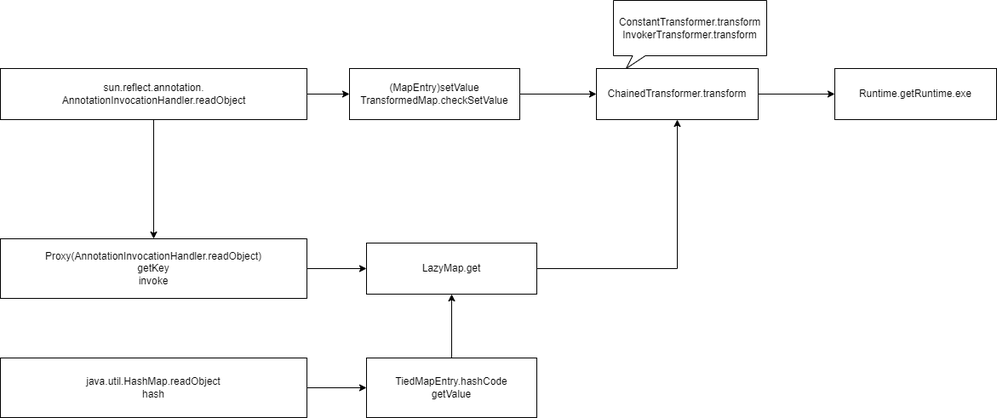
Above: CC链/CC link.drawio.png in hututu2/Java-Study (draw.io), before the change. Source tidied: cells renumbered, new cells last; positions are measured from the earlier drawing's top-left corner, leaving out a move shared by most shapes.
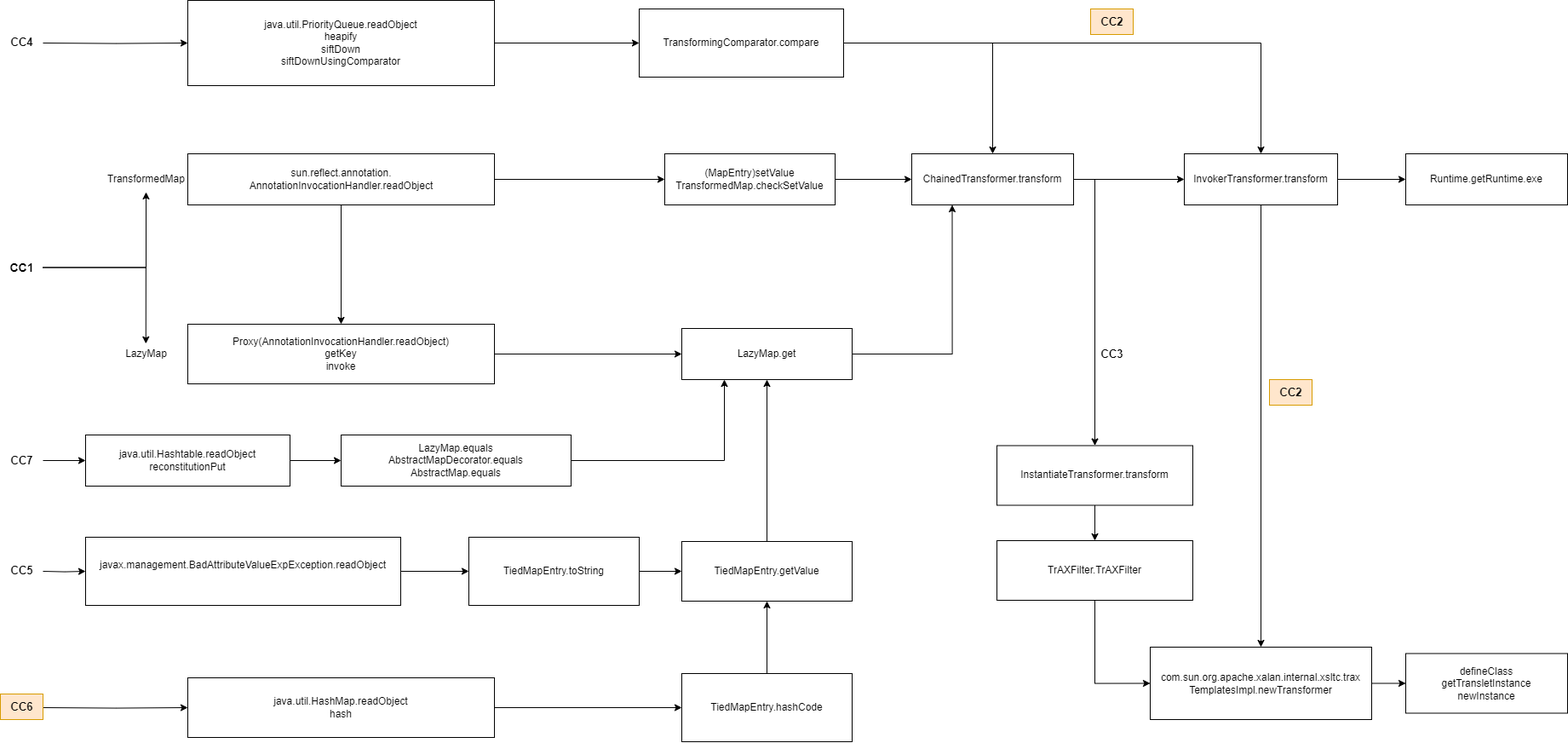
After the change.

The edit, as a diff of the source:
```diff
@@ -2,56 +2,185 @@
   <root>
     <mxCell id="0" />
     <mxCell id="1" parent="0" />
-    <mxCell id="2" value="Runtime.getRuntime.exe" style="rounded=0;whiteSpace=wrap;html=1;" parent="1" vertex="1">
-      <mxGeometry x="980" y="80" width="190" height="60" as="geometry" />
+    <mxCell id="2" value="Runtime.getRuntime.exe" style="rounded=0;whiteSpace=wrap;html=1;fontFamily=Helvetica;" parent="1" vertex="1">
+      <mxGeometry x="1600" y="80" width="190" height="60" as="geometry" />
     </mxCell>
-    <mxCell id="3" style="edgeStyle=orthogonalEdgeStyle;rounded=0;jettySize=auto;html=1;exitX=1;exitY=0.5;exitDx=0;exitDy=0;entryX=0;entryY=0.5;entryDx=0;entryDy=0;" parent="1" edge="1" source="4" target="2">
-      <mxGeometry relative="1" as="geometry" />
-    </mxCell>
+    <mxCell id="19" style="edgeStyle=orthogonalEdgeStyle;rounded=0;jettySize=auto;html=1;fontFamily=Helvetica;" parent="1" edge="1" source="4" target="44">
+      <mxGeometry relative="1" as="geometry" />
+    </mxCell>
+    <mxCell id="20" style="edgeStyle=orthogonalEdgeStyle;rounded=0;jettySize=auto;html=1;exitX=1;exitY=0.5;exitDx=0;exitDy=0;entryX=0.5;entryY=0;entryDx=0;entryDy=0;fontFamily=Helvetica;" parent="1" edge="1" source="4" target="46">
+      <mxGeometry relative="1" as="geometry" />
+    </mxCell>
-    <mxCell id="4" value="ChainedTransformer.transform" style="rounded=0;whiteSpace=wrap;html=1;" parent="1" vertex="1">
-      <mxGeometry x="700" y="80" width="190" height="60" as="geometry" />
+    <mxCell id="4" value="ChainedTransformer.transform" style="rounded=0;whiteSpace=wrap;html=1;fontFamily=Helvetica;" parent="1" vertex="1">
+      <mxGeometry x="1020" y="80" width="190" height="60" as="geometry" />
     </mxCell>
-    <mxCell id="5" style="edgeStyle=orthogonalEdgeStyle;rounded=0;jettySize=auto;html=1;exitX=1;exitY=0.5;exitDx=0;exitDy=0;entryX=0;entryY=0.5;entryDx=0;entryDy=0;" parent="1" edge="1" source="6" target="4">
+    <mxCell id="5" style="edgeStyle=orthogonalEdgeStyle;rounded=0;jettySize=auto;html=1;exitX=1;exitY=0.5;exitDx=0;exitDy=0;entryX=0;entryY=0.5;entryDx=0;entryDy=0;fontFamily=Helvetica;" parent="1" edge="1" source="6" target="4">
       <mxGeometry relative="1" as="geometry" />
     </mxCell>
-    <mxCell id="6" value="(MapEntry&lt;span style=&quot;background-color: initial;&quot;&gt;)setValue&lt;/span&gt;&lt;br&gt;TransformedMap.checkSetValue" style="rounded=0;whiteSpace=wrap;html=1;" parent="1" vertex="1">
-      <mxGeometry x="410" y="80" width="200" height="60" as="geometry" />
+    <mxCell id="6" value="(MapEntry&lt;span style=&quot;background-color: initial;&quot;&gt;)setValue&lt;/span&gt;&lt;br&gt;TransformedMap.checkSetValue" style="rounded=0;whiteSpace=wrap;html=1;fontFamily=Helvetica;" parent="1" vertex="1">
+      <mxGeometry x="730" y="80" width="200" height="60" as="geometry" />
     </mxCell>
-    <mxCell id="7" style="edgeStyle=orthogonalEdgeStyle;rounded=0;jettySize=auto;html=1;exitX=1;exitY=0.5;exitDx=0;exitDy=0;entryX=0;entryY=0.5;entryDx=0;entryDy=0;" parent="1" edge="1" source="9" target="6">
+    <mxCell id="7" style="edgeStyle=orthogonalEdgeStyle;rounded=0;jettySize=auto;html=1;exitX=1;exitY=0.5;exitDx=0;exitDy=0;entryX=0;entryY=0.5;entryDx=0;entryDy=0;fontFamily=Helvetica;" parent="1" edge="1" source="9" target="6">
       <mxGeometry relative="1" as="geometry" />
     </mxCell>
-    <mxCell id="8" style="edgeStyle=orthogonalEdgeStyle;rounded=0;jettySize=auto;html=1;exitX=0.5;exitY=1;exitDx=0;exitDy=0;entryX=0.5;entryY=0;entryDx=0;entryDy=0;" parent="1" edge="1" source="9" target="14">
+    <mxCell id="8" style="edgeStyle=orthogonalEdgeStyle;rounded=0;jettySize=auto;html=1;exitX=0.5;exitY=1;exitDx=0;exitDy=0;entryX=0.5;entryY=0;entryDx=0;entryDy=0;fontFamily=Helvetica;" parent="1" edge="1" source="9" target="14">
       <mxGeometry relative="1" as="geometry" />
     </mxCell>
-    <mxCell id="9" value="sun.reflect.annotation.&lt;br&gt;AnnotationInvocationHandler.readObject" style="rounded=0;html=1;" parent="1" vertex="1">
-      <mxGeometry y="80" width="360" height="60" as="geometry" />
+    <mxCell id="9" value="sun.reflect.annotation.&lt;br&gt;AnnotationInvocationHandler.readObject" style="rounded=0;html=1;fontFamily=Helvetica;" parent="1" vertex="1">
+      <mxGeometry x="170" y="80" width="360" height="60" as="geometry" />
     </mxCell>
-    <mxCell id="10" value="ConstantTransformer.transform&lt;br&gt;InvokerTransformer.transform" style="whiteSpace=wrap;html=1;shape=mxgraph.basic.rectCallout;dx=30;dy=15;boundedLbl=1;" parent="1" vertex="1">
-      <mxGeometry x="720" width="180" height="80" as="geometry" />
-    </mxCell>
-    <mxCell id="11" style="edgeStyle=orthogonalEdgeStyle;rounded=0;jettySize=auto;html=1;entryX=0.5;entryY=1;entryDx=0;entryDy=0;" parent="1" edge="1" source="12" target="4">
+    <mxCell id="11" style="edgeStyle=orthogonalEdgeStyle;rounded=0;jettySize=auto;html=1;entryX=0.25;entryY=1;entryDx=0;entryDy=0;fontFamily=Helvetica;" parent="1" edge="1" source="12" target="4">
       <mxGeometry relative="1" as="geometry" />
     </mxCell>
-    <mxCell id="12" value="LazyMap.get" style="rounded=0;whiteSpace=wrap;html=1;" parent="1" vertex="1">
-      <mxGeometry x="430" y="285" width="200" height="60" as="geometry" />
+    <mxCell id="12" value="LazyMap.get" style="rounded=0;whiteSpace=wrap;html=1;fontFamily=Helvetica;" parent="1" vertex="1">
+      <mxGeometry x="750" y="285" width="200" height="60" as="geometry" />
     </mxCell>
-    <mxCell id="13" style="edgeStyle=orthogonalEdgeStyle;rounded=0;jettySize=auto;html=1;" parent="1" edge="1" source="14" target="12">
+    <mxCell id="13" style="edgeStyle=orthogonalEdgeStyle;rounded=0;jettySize=auto;html=1;fontFamily=Helvetica;" parent="1" edge="1" source="14" target="12">
       <mxGeometry relative="1" as="geometry" />
     </mxCell>
-    <mxCell id="14" value="Proxy(AnnotationInvocationHandler.readObject)&lt;br&gt;getKey&lt;br&gt;invoke" style="rounded=0;whiteSpace=wrap;html=1;" parent="1" vertex="1">
-      <mxGeometry y="280" width="360" height="70" as="geometry" />
+    <mxCell id="14" value="Proxy(AnnotationInvocationHandler.readObject)&lt;br&gt;getKey&lt;br&gt;invoke" style="rounded=0;whiteSpace=wrap;html=1;fontFamily=Helvetica;" parent="1" vertex="1">
+      <mxGeometry x="170" y="280" width="360" height="70" as="geometry" />
     </mxCell>
-    <mxCell id="15" style="edgeStyle=orthogonalEdgeStyle;rounded=0;jettySize=auto;html=1;" parent="1" edge="1" source="16" target="12">
-      <mxGeometry relative="1" as="geometry" />
-    </mxCell>
-    <mxCell id="16" value="TiedMapEntry.hashCode&lt;br&gt;getValue" style="rounded=0;whiteSpace=wrap;html=1;" parent="1" vertex="1">
-      <mxGeometry x="430" y="420" width="200" height="70" as="geometry" />
-    </mxCell>
-    <mxCell id="17" style="edgeStyle=orthogonalEdgeStyle;rounded=0;jettySize=auto;html=1;" parent="1" edge="1" source="18" target="16">
-      <mxGeometry relative="1" as="geometry" />
-    </mxCell>
+    <mxCell id="21" style="edgeStyle=orthogonalEdgeStyle;rounded=0;jettySize=auto;html=1;fontFamily=Helvetica;" parent="1" edge="1" source="22" target="12">
+      <mxGeometry relative="1" as="geometry" />
+    </mxCell>
+    <mxCell id="22" value="TiedMapEntry.getValue" style="rounded=0;whiteSpace=wrap;html=1;fontFamily=Helvetica;" parent="1" vertex="1">
+      <mxGeometry x="750" y="535" width="200" height="70" as="geometry" />
+    </mxCell>
+    <mxCell id="23" style="edgeStyle=orthogonalEdgeStyle;rounded=0;jettySize=auto;html=1;exitX=1;exitY=0.5;exitDx=0;exitDy=0;entryX=0;entryY=0.5;entryDx=0;entryDy=0;fontFamily=Helvetica;" parent="1" edge="1" source="18" target="34">
+      <mxGeometry relative="1" as="geometry" />
+    </mxCell>
-    <mxCell id="18" value="java.util.HashMap.readObject&lt;br&gt;hash" style="rounded=0;whiteSpace=wrap;html=1;" parent="1" vertex="1">
-      <mxGeometry y="420" width="360" height="70" as="geometry" />
+    <mxCell id="18" value="java.util.HashMap.readObject&lt;br&gt;hash" style="rounded=0;whiteSpace=wrap;html=1;fontFamily=Helvetica;" parent="1" vertex="1">
+      <mxGeometry x="170" y="695" width="360" height="70" as="geometry" />
     </mxCell>
+    <mxCell id="24" style="edgeStyle=orthogonalEdgeStyle;rounded=0;jettySize=auto;html=1;fontFamily=Helvetica;" parent="1" edge="1" source="25" target="26">
+      <mxGeometry relative="1" as="geometry" />
+    </mxCell>
+    <mxCell id="25" value="&lt;b&gt;&lt;font style=&quot;font-size: 14px;&quot;&gt;CC1&lt;/font&gt;&lt;/b&gt;" style="text;html=1;align=center;verticalAlign=middle;points=[];strokeColor=none;fillColor=none;fontFamily=Helvetica;" parent="1" vertex="1">
+      <mxGeometry x="-50" y="198.5" width="50" height="30" as="geometry" />
+    </mxCell>
+    <mxCell id="26" value="TransformedMap" style="text;html=1;align=center;verticalAlign=middle;points=[];strokeColor=none;fillColor=none;fontFamily=Helvetica;" parent="1" vertex="1">
+      <mxGeometry x="66" y="95" width="110" height="30" as="geometry" />
+    </mxCell>
+    <mxCell id="27" value="LazyMap" style="text;html=1;align=center;verticalAlign=middle;points=[];strokeColor=none;fillColor=none;fontFamily=Helvetica;" parent="1" vertex="1">
+      <mxGeometry x="86" y="300" width="70" height="30" as="geometry" />
+    </mxCell>
+    <mxCell id="28" style="edgeStyle=orthogonalEdgeStyle;rounded=0;jettySize=auto;html=1;entryX=0;entryY=0.5;entryDx=0;entryDy=0;fontFamily=Helvetica;" parent="1" edge="1" target="18">
+      <mxGeometry relative="1" as="geometry">
+        <mxPoint y="730" as="sourcePoint" />
+      </mxGeometry>
+    </mxCell>
+    <mxCell id="29" value="&lt;span style=&quot;font-size: 13px;&quot;&gt;&lt;font style=&quot;font-size: 13px;&quot;&gt;CC6&lt;/font&gt;&lt;/span&gt;" style="text;html=1;align=center;verticalAlign=middle;strokeColor=#d79b00;fillColor=#ffe6cc;fontSize=13;fontStyle=1;fontFamily=Helvetica;" parent="1" vertex="1">
+      <mxGeometry x="-50" y="714" width="50" height="30" as="geometry" />
+    </mxCell>
+    <mxCell id="30" style="edgeStyle=orthogonalEdgeStyle;rounded=0;jettySize=auto;html=1;entryX=0.497;entryY=0.093;entryDx=0;entryDy=0;entryPerimeter=0;fontFamily=Helvetica;" parent="1" edge="1" source="25" target="27">
+      <mxGeometry relative="1" as="geometry" />
+    </mxCell>
+    <mxCell id="31" style="edgeStyle=orthogonalEdgeStyle;rounded=0;jettySize=auto;html=1;exitX=1;exitY=0.5;exitDx=0;exitDy=0;fontFamily=Helvetica;" parent="1" edge="1" source="32" target="36">
+      <mxGeometry relative="1" as="geometry" />
+    </mxCell>
+    <mxCell id="32" value="&lt;font&gt;javax.management.BadAttributeValueExpException.readObject&lt;br&gt;&lt;br&gt;&lt;/font&gt;" style="rounded=0;whiteSpace=wrap;html=1;fontFamily=Helvetica;" parent="1" vertex="1">
+      <mxGeometry x="50" y="530" width="370" height="80" as="geometry" />
+    </mxCell>
+    <mxCell id="33" style="edgeStyle=orthogonalEdgeStyle;rounded=0;jettySize=auto;html=1;fontFamily=Helvetica;" parent="1" edge="1" source="34" target="22">
+      <mxGeometry relative="1" as="geometry" />
+    </mxCell>
+    <mxCell id="34" value="TiedMapEntry.hashCode" style="rounded=0;whiteSpace=wrap;html=1;fontFamily=Helvetica;" parent="1" vertex="1">
+      <mxGeometry x="750" y="690" width="200" height="80" as="geometry" />
+    </mxCell>
+    <mxCell id="35" style="edgeStyle=orthogonalEdgeStyle;rounded=0;jettySize=auto;html=1;exitX=1;exitY=0.5;exitDx=0;exitDy=0;fontFamily=Helvetica;" parent="1" edge="1" source="36" target="22">
+      <mxGeometry relative="1" as="geometry" />
+    </mxCell>
+    <mxCell id="36" value="TiedMapEntry.toString" style="rounded=0;whiteSpace=wrap;html=1;fontFamily=Helvetica;" parent="1" vertex="1">
+      <mxGeometry x="500" y="530" width="200" height="80" as="geometry" />
+    </mxCell>
+    <mxCell id="37" style="edgeStyle=orthogonalEdgeStyle;rounded=0;jettySize=auto;html=1;fontFamily=Helvetica;" parent="1" edge="1" target="32">
+      <mxGeometry relative="1" as="geometry">
+        <mxPoint y="570" as="sourcePoint" />
+      </mxGeometry>
+    </mxCell>
+    <mxCell id="38" value="&lt;span style=&quot;font-size: 13px;&quot;&gt;&lt;font style=&quot;font-size: 13px;&quot;&gt;CC5&lt;/font&gt;&lt;/span&gt;" style="text;html=1;align=center;verticalAlign=middle;strokeColor=none;fillColor=none;fontSize=13;fontStyle=1;fontFamily=Helvetica;" parent="1" vertex="1">
+      <mxGeometry x="-50" y="554" width="50" height="30" as="geometry" />
+    </mxCell>
+    <mxCell id="39" value="defineClass&lt;br&gt;getTransletInstance&lt;br&gt;newInstance" style="rounded=0;whiteSpace=wrap;html=1;fontFamily=Helvetica;" parent="1" vertex="1">
+      <mxGeometry x="1600" y="666.5" width="190" height="70" as="geometry" />
+    </mxCell>
+    <mxCell id="40" style="edgeStyle=orthogonalEdgeStyle;rounded=0;jettySize=auto;html=1;exitX=1;exitY=0.5;exitDx=0;exitDy=0;entryX=0;entryY=0.5;entryDx=0;entryDy=0;fontFamily=Helvetica;" parent="1" edge="1" source="41" target="39">
+      <mxGeometry relative="1" as="geometry" />
+    </mxCell>
+    <mxCell id="41" value="com.sun.org.apache.xalan.internal.xsltc.trax&lt;br&gt;TemplatesImpl.newTransformer" style="rounded=0;whiteSpace=wrap;html=1;fontFamily=Helvetica;" parent="1" vertex="1">
+      <mxGeometry x="1300" y="659" width="260" height="85" as="geometry" />
+    </mxCell>
+    <mxCell id="42" style="edgeStyle=orthogonalEdgeStyle;rounded=0;jettySize=auto;html=1;fontFamily=Helvetica;" parent="1" edge="1" source="44" target="2">
+      <mxGeometry relative="1" as="geometry" />
+    </mxCell>
+    <mxCell id="43" style="edgeStyle=orthogonalEdgeStyle;rounded=0;jettySize=auto;html=1;exitX=0.5;exitY=1;exitDx=0;exitDy=0;entryX=0.5;entryY=0;entryDx=0;entryDy=0;fontFamily=Helvetica;" parent="1" edge="1" source="44" target="41">
+      <mxGeometry relative="1" as="geometry" />
+    </mxCell>
+    <mxCell id="44" value="InvokerTransformer.transform" style="rounded=0;whiteSpace=wrap;html=1;fontFamily=Helvetica;" parent="1" vertex="1">
+      <mxGeometry x="1340" y="80" width="180" height="60" as="geometry" />
+    </mxCell>
+    <mxCell id="45" style="edgeStyle=orthogonalEdgeStyle;rounded=0;jettySize=auto;html=1;exitX=0.5;exitY=1;exitDx=0;exitDy=0;entryX=0.5;entryY=0;entryDx=0;entryDy=0;fontFamily=Helvetica;" parent="1" edge="1" source="46" target="48">
+      <mxGeometry relative="1" as="geometry" />
+    </mxCell>
+    <mxCell id="46" value="&lt;div style=&quot;&quot;&gt;&lt;font style=&quot;&quot;&gt;InstantiateTransformer.transform&lt;/font&gt;&lt;br&gt;&lt;/div&gt;" style="rounded=0;whiteSpace=wrap;html=1;strokeColor=#000000;fontFamily=Helvetica;" parent="1" vertex="1">
+      <mxGeometry x="1120" y="422.5" width="230" height="70" as="geometry" />
+    </mxCell>
+    <mxCell id="47" style="edgeStyle=orthogonalEdgeStyle;rounded=0;jettySize=auto;html=1;exitX=0.5;exitY=1;exitDx=0;exitDy=0;entryX=0;entryY=0.5;entryDx=0;entryDy=0;fontFamily=Helvetica;" parent="1" edge="1" source="48" target="41">
+      <mxGeometry relative="1" as="geometry" />
+    </mxCell>
+    <mxCell id="48" value="TrAXFilter.TrAXFilter" style="rounded=0;whiteSpace=wrap;html=1;fontFamily=Helvetica;" parent="1" vertex="1">
+      <mxGeometry x="1120" y="534" width="230" height="70" as="geometry" />
+    </mxCell>
+    <mxCell id="49" style="edgeStyle=orthogonalEdgeStyle;rounded=0;jettySize=auto;html=1;exitX=1;exitY=0.5;exitDx=0;exitDy=0;entryX=0.5;entryY=0;entryDx=0;entryDy=0;" parent="1" edge="1" source="51" target="4">
+      <mxGeometry relative="1" as="geometry" />
+    </mxCell>
+    <mxCell id="50" style="edgeStyle=orthogonalEdgeStyle;rounded=0;jettySize=auto;html=1;exitX=1;exitY=0.5;exitDx=0;exitDy=0;entryX=0.5;entryY=0;entryDx=0;entryDy=0;" parent="1" edge="1" source="51" target="44">
+      <mxGeometry relative="1" as="geometry" />
+    </mxCell>
+    <mxCell id="51" value="TransformingComparator.compare" style="rounded=0;whiteSpace=wrap;html=1;" parent="1" vertex="1">
+      <mxGeometry x="700" y="-90" width="240" height="80" as="geometry" />
+    </mxCell>
+    <mxCell id="52" style="edgeStyle=orthogonalEdgeStyle;rounded=0;jettySize=auto;html=1;exitX=1;exitY=0.5;exitDx=0;exitDy=0;entryX=0;entryY=0.5;entryDx=0;entryDy=0;" parent="1" edge="1" source="53" target="51">
+      <mxGeometry relative="1" as="geometry" />
+    </mxCell>
+    <mxCell id="53" value="java.util.PriorityQueue.readObject&lt;br&gt;heapify&lt;br&gt;siftDown&lt;br&gt;siftDownUsingComparator" style="rounded=0;whiteSpace=wrap;html=1;" parent="1" vertex="1">
+      <mxGeometry x="170" y="-100" width="360" height="100" as="geometry" />
+    </mxCell>
+    <mxCell id="54" style="edgeStyle=orthogonalEdgeStyle;rounded=0;jettySize=auto;html=1;" parent="1" edge="1" target="53">
+      <mxGeometry relative="1" as="geometry">
+        <mxPoint y="-50" as="sourcePoint" />
+      </mxGeometry>
+    </mxCell>
+    <mxCell id="55" value="&lt;span style=&quot;font-size: 13px;&quot;&gt;&lt;font style=&quot;font-size: 13px;&quot;&gt;CC4&lt;/font&gt;&lt;/span&gt;" style="text;html=1;align=center;verticalAlign=middle;strokeColor=none;fillColor=none;fontSize=13;fontStyle=1;fontFamily=Helvetica;" parent="1" vertex="1">
+      <mxGeometry x="-50" y="-66" width="50" height="30" as="geometry" />
+    </mxCell>
+    <mxCell id="56" value="&lt;b style=&quot;font-size: 13px;&quot;&gt;CC2&lt;/b&gt;" style="text;html=1;align=center;verticalAlign=middle;strokeColor=#d79b00;fillColor=#ffe6cc;fontSize=13;fontFamily=Helvetica;" parent="1" vertex="1">
+      <mxGeometry x="1230" y="-90" width="50" height="30" as="geometry" />
+    </mxCell>
+    <mxCell id="57" style="edgeStyle=orthogonalEdgeStyle;rounded=0;jettySize=auto;html=1;" parent="1" edge="1" source="58" target="60">
+      <mxGeometry relative="1" as="geometry" />
+    </mxCell>
+    <mxCell id="58" value="java.util.Hashtable.readObject&lt;br style=&quot;border-color: var(--border-color);&quot;&gt;reconstitutionPut" style="rounded=0;whiteSpace=wrap;html=1;" parent="1" vertex="1">
+      <mxGeometry x="50" y="410" width="240" height="60" as="geometry" />
+    </mxCell>
+    <mxCell id="59" style="edgeStyle=orthogonalEdgeStyle;rounded=0;jettySize=auto;html=1;exitX=1;exitY=0.5;exitDx=0;exitDy=0;entryX=0.25;entryY=1;entryDx=0;entryDy=0;" parent="1" edge="1" source="60" target="12">
+      <mxGeometry relative="1" as="geometry" />
+    </mxCell>
+    <mxCell id="60" value="LazyMap.equals&lt;br&gt;AbstractMapDecorator.equals&lt;br&gt;AbstractMap.equals" style="rounded=0;whiteSpace=wrap;html=1;" parent="1" vertex="1">
+      <mxGeometry x="350" y="410" width="270" height="60" as="geometry" />
+    </mxCell>
+    <mxCell id="61" style="edgeStyle=orthogonalEdgeStyle;rounded=0;jettySize=auto;html=1;" parent="1" edge="1" source="62" target="58">
+      <mxGeometry relative="1" as="geometry" />
+    </mxCell>
+    <mxCell id="62" value="&lt;span style=&quot;font-size: 13px;&quot;&gt;&lt;font style=&quot;font-size: 13px;&quot;&gt;CC7&lt;/font&gt;&lt;/span&gt;" style="text;html=1;align=center;verticalAlign=middle;points=[];strokeColor=none;fillColor=none;fontSize=13;fontStyle=1;fontFamily=Helvetica;" parent="1" vertex="1">
+      <mxGeometry x="-50" y="425" width="50" height="30" as="geometry" />
+    </mxCell>
+    <mxCell id="63" value="&lt;b style=&quot;font-size: 13px;&quot;&gt;CC3&lt;/b&gt;" style="text;html=1;align=center;verticalAlign=middle;strokeColor=none;fillColor=none;fontSize=13;fontFamily=Helvetica;" parent="1" vertex="1">
+      <mxGeometry x="1230" y="300" width="50" height="30" as="geometry" />
+    </mxCell>
+    <mxCell id="64" value="&lt;b style=&quot;font-size: 13px;&quot;&gt;CC2&lt;/b&gt;" style="text;html=1;align=center;verticalAlign=middle;strokeColor=#d79b00;fillColor=#ffe6cc;fontSize=13;fontFamily=Helvetica;" parent="1" vertex="1">
+      <mxGeometry x="1440" y="345" width="50" height="30" as="geometry" />
+    </mxCell>
   </root>
 </mxGraphModel>
```
